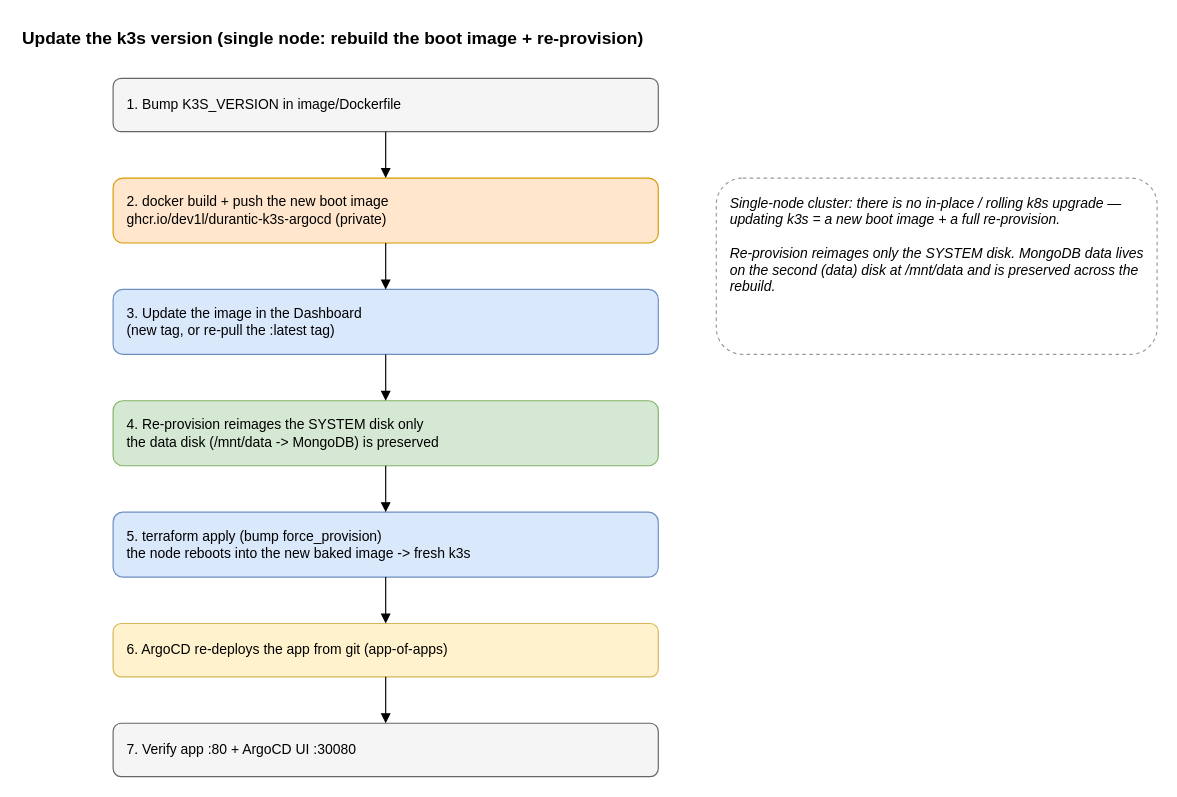
Above: page "Update k3s server" (3 of 3) of k3s-standalone-argocd/k3s-standalone-argocd.drawio in DeV1L/durantic-tf-examples (draw.io), before the change. Source tidied: cells renumbered, new cells numbered last; positions are measured from the earlier drawing's top-left corner, leaving out a move shared by most shapes. Both pictures are drawn from the tidied source at 116%, with x=0, y=0 at pixel (20, 20).
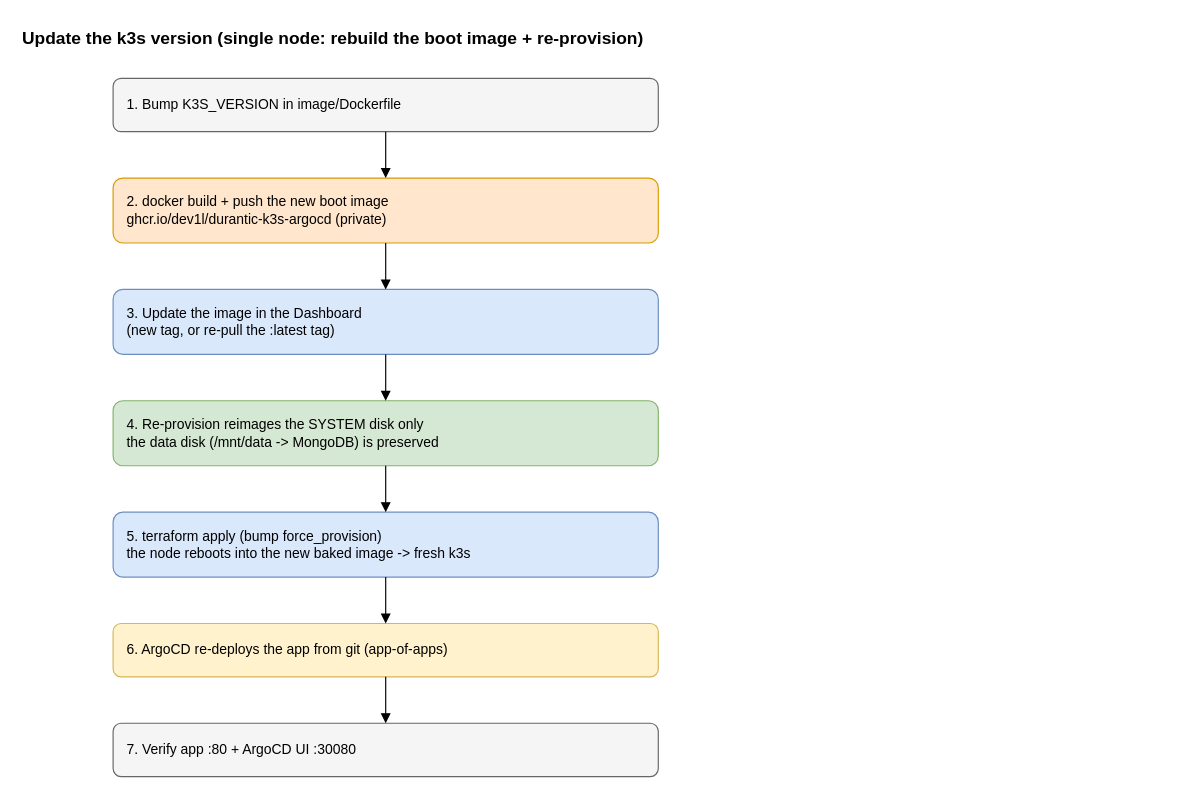
After the change.

Diff of the diagram source:
```diff
@@
 <mxGraphModel>
   <root>
     <mxCell id="0" />
     <mxCell id="1" parent="0" />
     <mxCell id="2" value="Update the k3s version  (single node: rebuild the boot image + re-provision)" style="text;html=1;align=left;verticalAlign=middle;fontSize=15;fontStyle=1;" parent="1" vertex="1">
       <mxGeometry width="800" height="30" as="geometry" />
     </mxCell>
     <mxCell id="3" value="1. Bump K3S_VERSION in image/Dockerfile" style="rounded=1;whiteSpace=wrap;html=1;fillColor=#f5f5f5;strokeColor=#666666;align=left;verticalAlign=middle;spacingLeft=10;" parent="1" vertex="1">
       <mxGeometry x="80" y="50" width="470" height="46" as="geometry" />
     </mxCell>
     <mxCell id="4" value="2. docker build + push the new boot image&#10;ghcr.io/dev1l/durantic-k3s-argocd  (private)" style="rounded=1;whiteSpace=wrap;html=1;fillColor=#ffe6cc;strokeColor=#d79b00;align=left;verticalAlign=middle;spacingLeft=10;" parent="1" vertex="1">
       <mxGeometry x="80" y="136" width="470" height="56" as="geometry" />
     </mxCell>
     <mxCell id="5" value="3. Update the image in the Dashboard&#10;(new tag, or re-pull the :latest tag)" style="rounded=1;whiteSpace=wrap;html=1;fillColor=#dae8fc;strokeColor=#6c8ebf;align=left;verticalAlign=middle;spacingLeft=10;" parent="1" vertex="1">
       <mxGeometry x="80" y="232" width="470" height="56" as="geometry" />
     </mxCell>
     <mxCell id="6" value="4. Re-provision reimages the SYSTEM disk only&#10;the data disk (/mnt/data -&gt; MongoDB) is preserved" style="rounded=1;whiteSpace=wrap;html=1;fillColor=#d5e8d4;strokeColor=#82b366;align=left;verticalAlign=middle;spacingLeft=10;" parent="1" vertex="1">
       <mxGeometry x="80" y="328" width="470" height="56" as="geometry" />
     </mxCell>
     <mxCell id="7" value="5. terraform apply  (bump force_provision)&#10;the node reboots into the new baked image -&gt; fresh k3s" style="rounded=1;whiteSpace=wrap;html=1;fillColor=#dae8fc;strokeColor=#6c8ebf;align=left;verticalAlign=middle;spacingLeft=10;" parent="1" vertex="1">
       <mxGeometry x="80" y="424" width="470" height="56" as="geometry" />
     </mxCell>
     <mxCell id="8" value="6. ArgoCD re-deploys the app from git  (app-of-apps)" style="rounded=1;whiteSpace=wrap;html=1;fillColor=#fff2cc;strokeColor=#d6b656;align=left;verticalAlign=middle;spacingLeft=10;" parent="1" vertex="1">
       <mxGeometry x="80" y="520" width="470" height="46" as="geometry" />
     </mxCell>
     <mxCell id="9" value="7. Verify  app :80  +  ArgoCD UI :30080" style="rounded=1;whiteSpace=wrap;html=1;fillColor=#f5f5f5;strokeColor=#666666;align=left;verticalAlign=middle;spacingLeft=10;" parent="1" vertex="1">
       <mxGeometry x="80" y="606" width="470" height="46" as="geometry" />
     </mxCell>
-    <mxCell id="10" value="Single-node cluster: there is no in-place / rolling k8s upgrade — updating k3s = a new boot image + a full re-provision.&#10;&#10;Re-provision reimages only the SYSTEM disk. MongoDB data lives on the second (data) disk at /mnt/data and is preserved across the rebuild." style="rounded=1;whiteSpace=wrap;html=1;dashed=1;fillColor=#ffffff;strokeColor=#999999;align=left;verticalAlign=top;spacingLeft=10;spacingTop=8;fontStyle=2;" parent="1" vertex="1">
-      <mxGeometry x="600" y="136" width="380" height="152" as="geometry" />
-    </mxCell>
     <mxCell id="11" style="endArrow=block;html=1;rounded=0;exitX=0.5;exitY=1;exitDx=0;exitDy=0;entryX=0.5;entryY=0;entryDx=0;entryDy=0;" parent="1" edge="1" source="3" target="4">
       <mxGeometry relative="1" as="geometry" />
     </mxCell>
     <mxCell id="12" style="endArrow=block;html=1;rounded=0;exitX=0.5;exitY=1;exitDx=0;exitDy=0;entryX=0.5;entryY=0;entryDx=0;entryDy=0;" parent="1" edge="1" source="4" target="5">
       <mxGeometry relative="1" as="geometry" />
     </mxCell>
     <mxCell id="13" style="endArrow=block;html=1;rounded=0;exitX=0.5;exitY=1;exitDx=0;exitDy=0;entryX=0.5;entryY=0;entryDx=0;entryDy=0;" parent="1" edge="1" source="5" target="6">
       <mxGeometry relative="1" as="geometry" />
     </mxCell>
     <mxCell id="14" style="endArrow=block;html=1;rounded=0;exitX=0.5;exitY=1;exitDx=0;exitDy=0;entryX=0.5;entryY=0;entryDx=0;entryDy=0;" parent="1" edge="1" source="6" target="7">
       <mxGeometry relative="1" as="geometry" />
     </mxCell>
     <mxCell id="15" style="endArrow=block;html=1;rounded=0;exitX=0.5;exitY=1;exitDx=0;exitDy=0;entryX=0.5;entryY=0;entryDx=0;entryDy=0;" parent="1" edge="1" source="7" target="8">
       <mxGeometry relative="1" as="geometry" />
     </mxCell>
     <mxCell id="16" style="endArrow=block;html=1;rounded=0;exitX=0.5;exitY=1;exitDx=0;exitDy=0;entryX=0.5;entryY=0;entryDx=0;entryDy=0;" parent="1" edge="1" source="8" target="9">
       <mxGeometry relative="1" as="geometry" />
     </mxCell>
   </root>
 </mxGraphModel>
```
